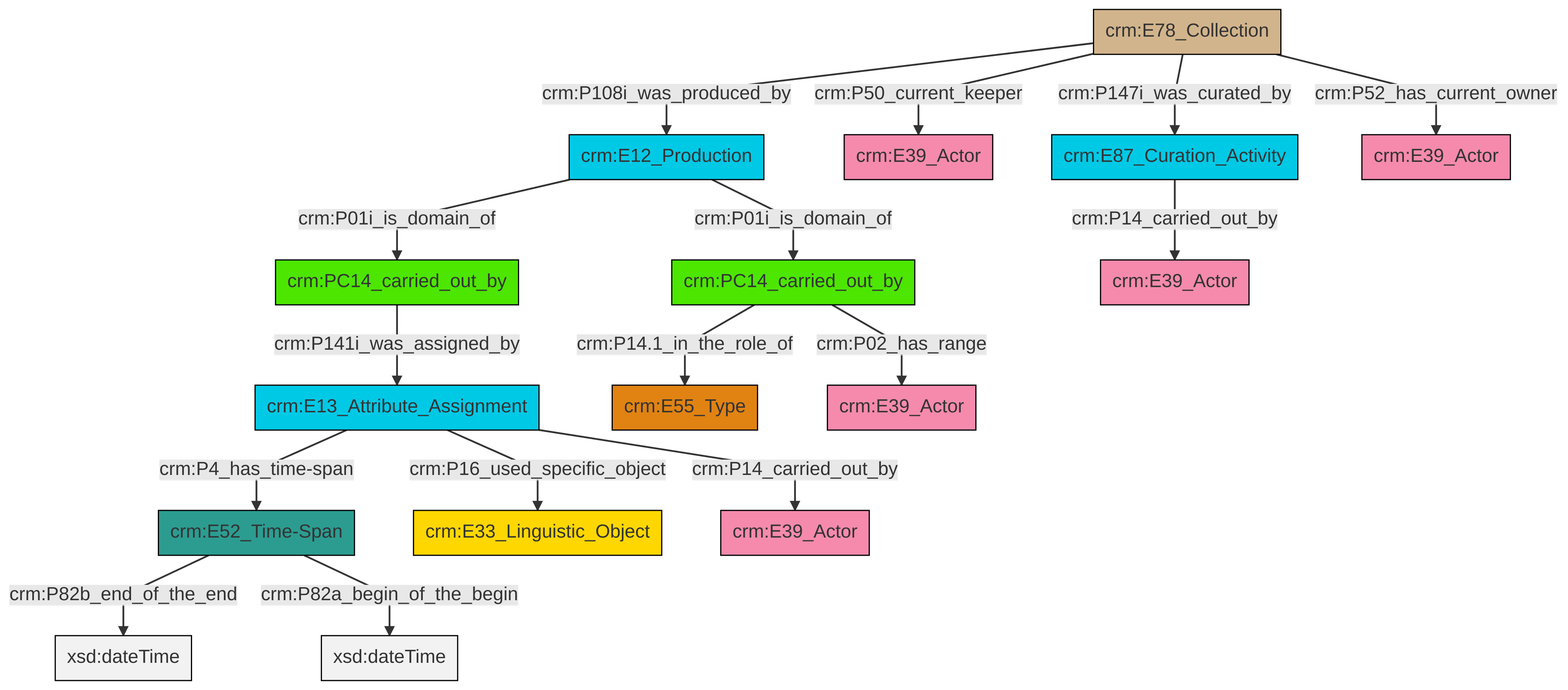
Above: et/archivalCSV/ttl/mmd/png/archival_relation.png in swiss-art-research-net/docs.swissartresearch (Mermaid), before the change. Its source is kept beside it as et/archivalCSV/ttl/mmd/archival_relation.ttl.mmd.
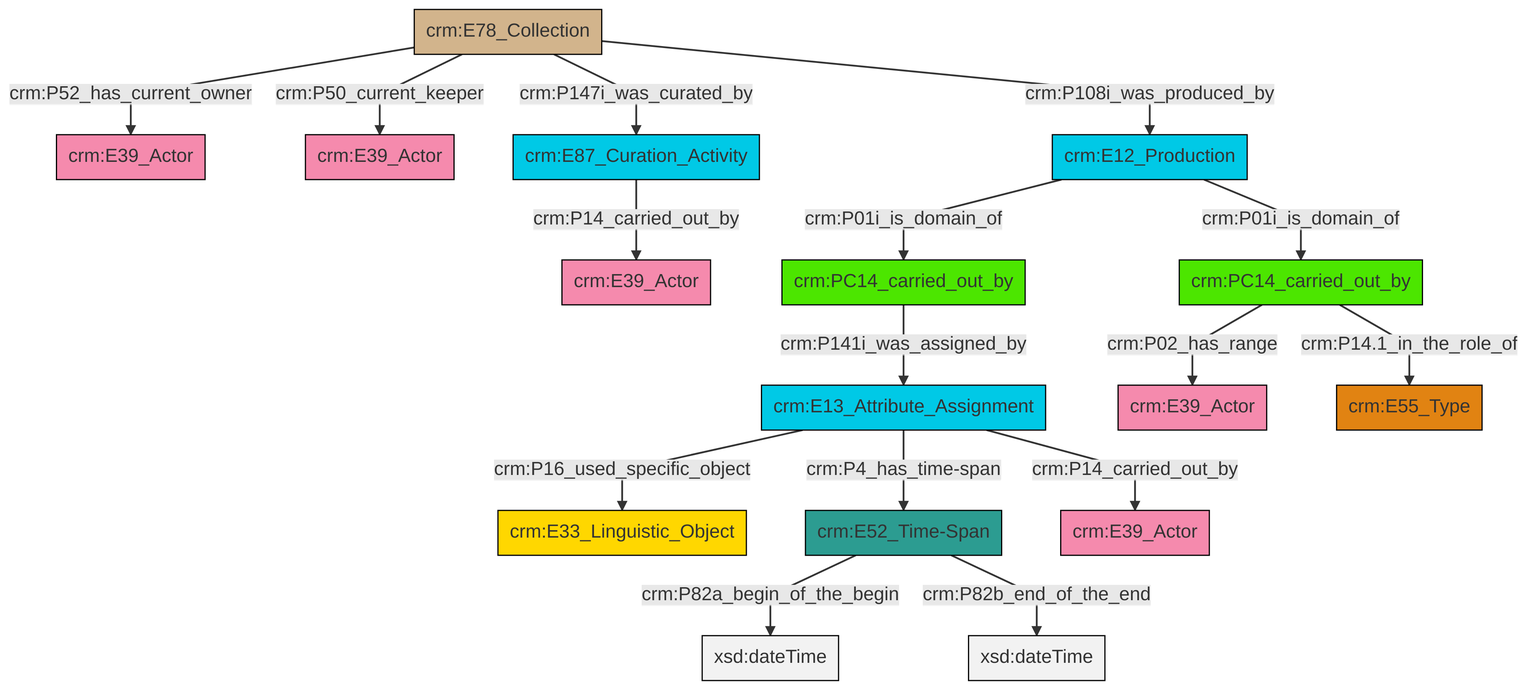
After the change.

Diff of the diagram source:
```diff
@@ -13,18 +13,18 @@
 classDef PC_Classes fill:#4ce600, stroke:#000000;
 classDef Multi fill:#cccccc,stroke:#000000;
 
-0["crm:E52_Time-Span"]:::Time-Span -->|crm:P82b_end_of_the_end| 1[xsd:dateTime]:::Literal
-2["crm:E78_Collection"]:::Physical_Thing -->|crm:P108i_was_produced_by| 3["crm:E12_Production"]:::Temporal_Entity
-8["crm:E13_Attribute_Assignment"]:::Temporal_Entity -->|crm:P4_has_time-span| 0["crm:E52_Time-Span"]:::Time-Span
-9["crm:PC14_carried_out_by"]:::PC_Classes -->|crm:P14.1_in_the_role_of| 10["crm:E55_Type"]:::Type
-11["crm:PC14_carried_out_by"]:::PC_Classes -->|crm:P141i_was_assigned_by| 8["crm:E13_Attribute_Assignment"]:::Temporal_Entity
-8["crm:E13_Attribute_Assignment"]:::Temporal_Entity -->|crm:P16_used_specific_object| 12["crm:E33_Linguistic_Object"]:::Conceptual_Object
-8["crm:E13_Attribute_Assignment"]:::Temporal_Entity -->|crm:P14_carried_out_by| 13["crm:E39_Actor"]:::Actor
-14["crm:E87_Curation_Activity"]:::Temporal_Entity -->|crm:P14_carried_out_by| 15["crm:E39_Actor"]:::Actor
-9["crm:PC14_carried_out_by"]:::PC_Classes -->|crm:P02_has_range| 4["crm:E39_Actor"]:::Actor
-3["crm:E12_Production"]:::Temporal_Entity -->|crm:P01i_is_domain_of| 11["crm:PC14_carried_out_by"]:::PC_Classes
-2["crm:E78_Collection"]:::Physical_Thing -->|crm:P50_current_keeper| 22["crm:E39_Actor"]:::Actor
-2["crm:E78_Collection"]:::Physical_Thing -->|crm:P147i_was_curated_by| 14["crm:E87_Curation_Activity"]:::Temporal_Entity
-0["crm:E52_Time-Span"]:::Time-Span -->|crm:P82a_begin_of_the_begin| 24[xsd:dateTime]:::Literal
-3["crm:E12_Production"]:::Temporal_Entity -->|crm:P01i_is_domain_of| 9["crm:PC14_carried_out_by"]:::PC_Classes
-2["crm:E78_Collection"]:::Physical_Thing -->|crm:P52_has_current_owner| 16["crm:E39_Actor"]:::Actor
+0["crm:E13_Attribute_Assignment"]:::Temporal_Entity -->|crm:P16_used_specific_object| 1["crm:E33_Linguistic_Object"]:::Conceptual_Object
+7["crm:E78_Collection"]:::Physical_Thing -->|crm:P50_current_keeper| 11["crm:E39_Actor"]:::Actor
+12["crm:E87_Curation_Activity"]:::Temporal_Entity -->|crm:P14_carried_out_by| 2["crm:E39_Actor"]:::Actor
+17["crm:E52_Time-Span"]:::Time-Span -->|crm:P82a_begin_of_the_begin| 18[xsd:dateTime]:::Literal
+17["crm:E52_Time-Span"]:::Time-Span -->|crm:P82b_end_of_the_end| 20[xsd:dateTime]:::Literal
+9["crm:PC14_carried_out_by"]:::PC_Classes -->|crm:P141i_was_assigned_by| 0["crm:E13_Attribute_Assignment"]:::Temporal_Entity
+13["crm:E12_Production"]:::Temporal_Entity -->|crm:P01i_is_domain_of| 21["crm:PC14_carried_out_by"]:::PC_Classes
+7["crm:E78_Collection"]:::Physical_Thing -->|crm:P52_has_current_owner| 5["crm:E39_Actor"]:::Actor
+21["crm:PC14_carried_out_by"]:::PC_Classes -->|crm:P02_has_range| 15["crm:E39_Actor"]:::Actor
+0["crm:E13_Attribute_Assignment"]:::Temporal_Entity -->|crm:P4_has_time-span| 17["crm:E52_Time-Span"]:::Time-Span
+7["crm:E78_Collection"]:::Physical_Thing -->|crm:P108i_was_produced_by| 13["crm:E12_Production"]:::Temporal_Entity
+21["crm:PC14_carried_out_by"]:::PC_Classes -->|crm:P14.1_in_the_role_of| 25["crm:E55_Type"]:::Type
+13["crm:E12_Production"]:::Temporal_Entity -->|crm:P01i_is_domain_of| 9["crm:PC14_carried_out_by"]:::PC_Classes
+0["crm:E13_Attribute_Assignment"]:::Temporal_Entity -->|crm:P14_carried_out_by| 22["crm:E39_Actor"]:::Actor
+7["crm:E78_Collection"]:::Physical_Thing -->|crm:P147i_was_curated_by| 12["crm:E87_Curation_Activity"]:::Temporal_Entity
```
